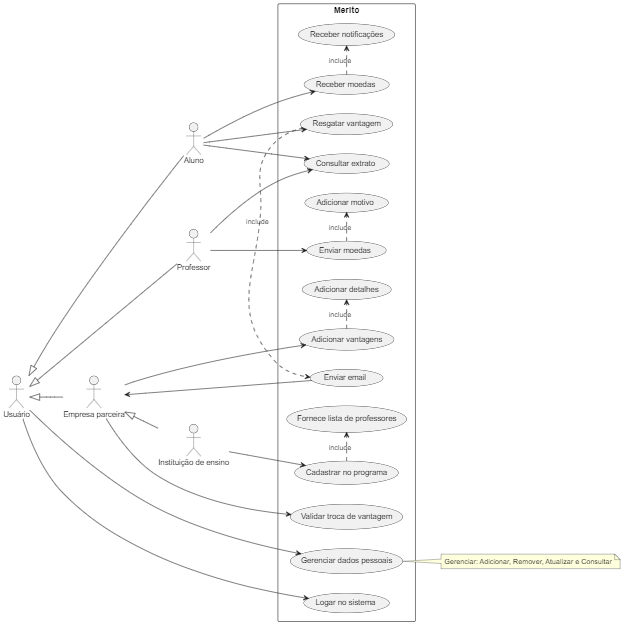
Above: projeto 3/project/useCaseDiagram.png in migueltico2/laboratorio-de-desenvolvimento-de-software (PlantUML), before the change. Its source is kept beside it as projeto 3/project/useCaseDiagram.plantuml.
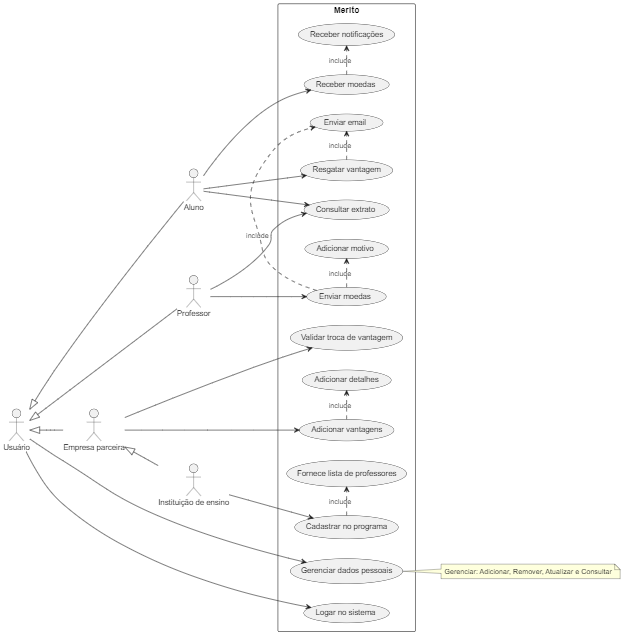
Above is the later version.

Diff of the diagram source:
```diff
@@ -29,6 +29,7 @@
 UC4 .> UC9 : include
 UC3 .> UC8 : include
 UC11 .> UC14 : include
+UC4 .> UC14 : include
 UC15 .> UC16 : include
 
 User <|-- A
@@ -41,7 +42,6 @@
 A --> UC5
 
 EP --> UC3
-EP --> UC14
 EP --> UC17
 A --> UC2
 A --> UC11
```
